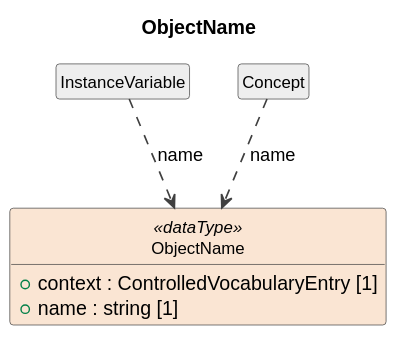
Earlier version of the PlantUML export build/plantuml/cdifDataDescription/DataTypes/ObjectName.svg (Cross-Domain-Interoperability-Framework/metadataBuildingBlocks).
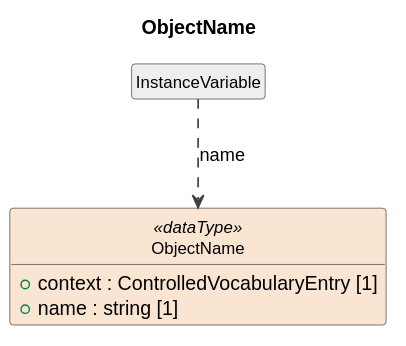
Later version of the same file.

What changed in the source:
```diff
@@ -16,6 +16,4 @@
 }
 class "InstanceVariable" as InstanceVariable #EEEEEE
 InstanceVariable ..> ObjectName : name
-class "Concept" as Concept #EEEEEE
-Concept ..> ObjectName : name
 @enduml
```
